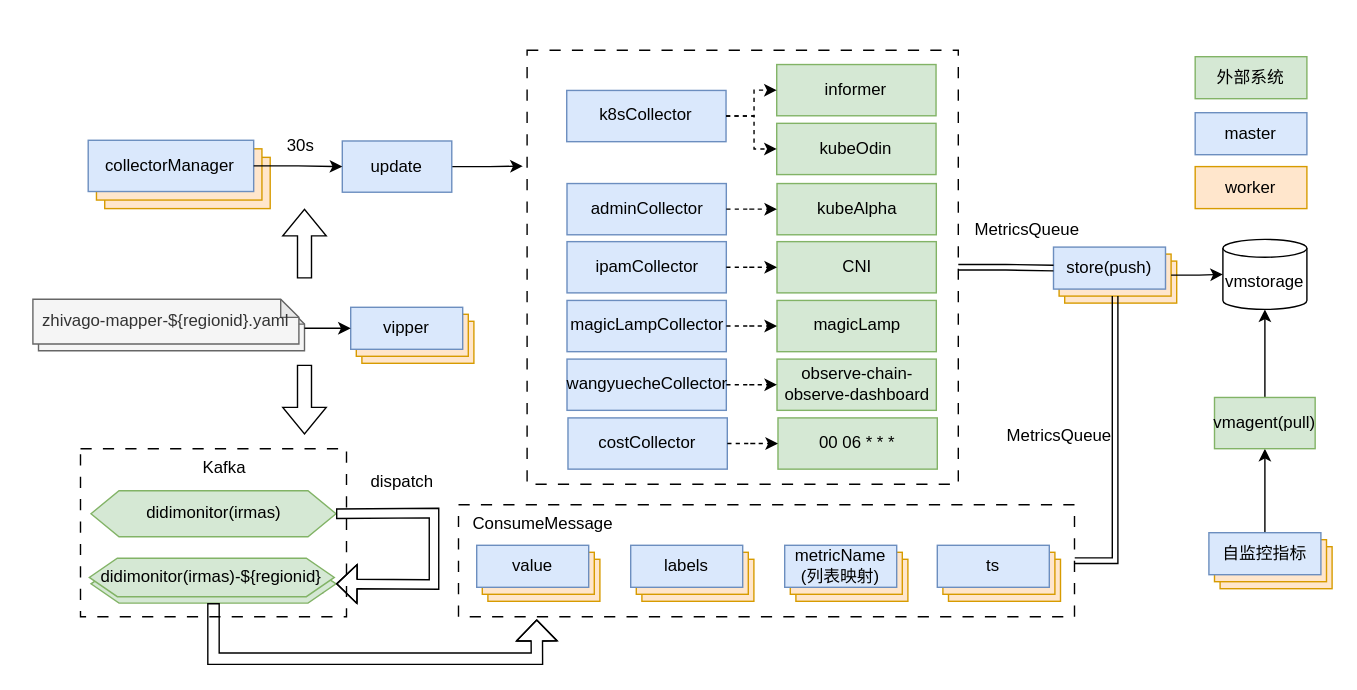
Before: 未命名绘图.drawio in zhangfuli/draw.io, a draw.io diagram. Source tidied: cells renumbered, new cells numbered last; positions are measured from the earlier drawing's top-left corner, leaving out a move shared by most shapes. Both pictures are drawn from the tidied source at 140%, with x=0, y=0 at pixel (24, 24).
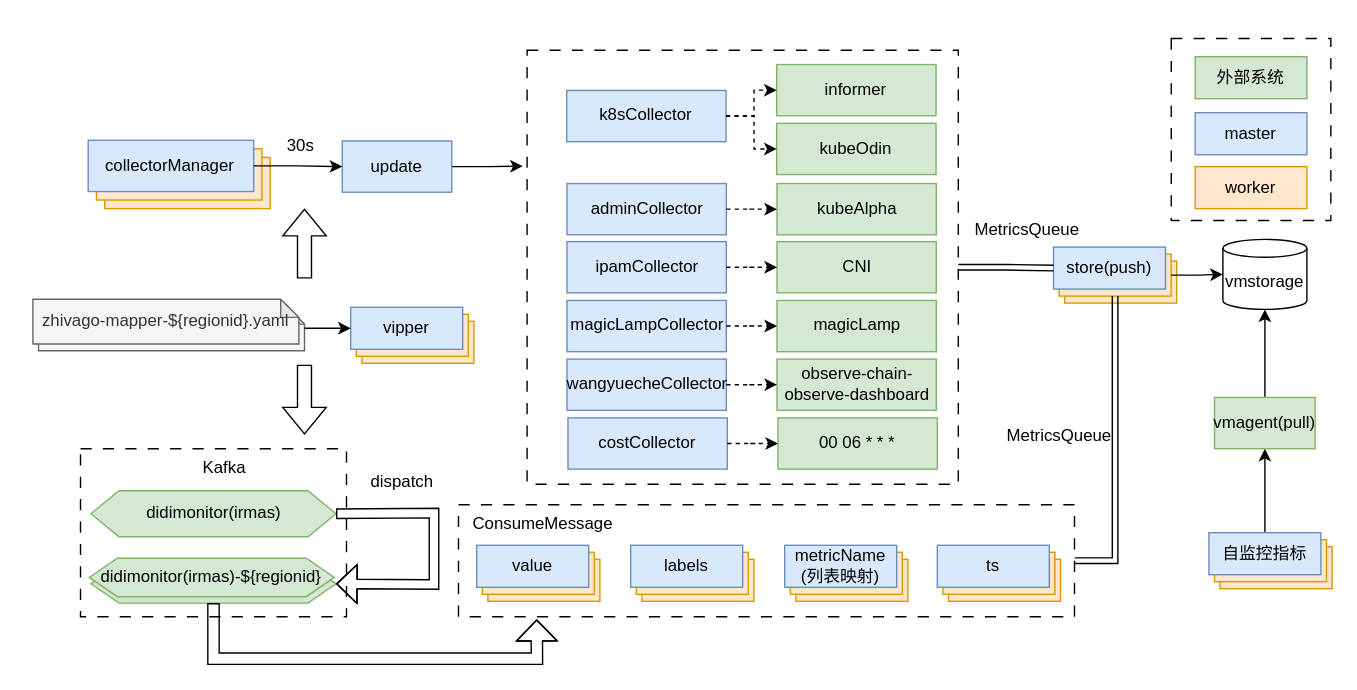
The same page after the edit.

Commit message:
更新未命名绘图.drawio

Diff of the diagram source:
```diff
@@
+    <mxCell id="88" style="rounded=0;whiteSpace=wrap;html=1;dashed=1;dashPattern=8 8;" parent="1" vertex="1">
+      <mxGeometry x="819.1" y="10" width="114" height="130" as="geometry" />
+    </mxCell>
```
